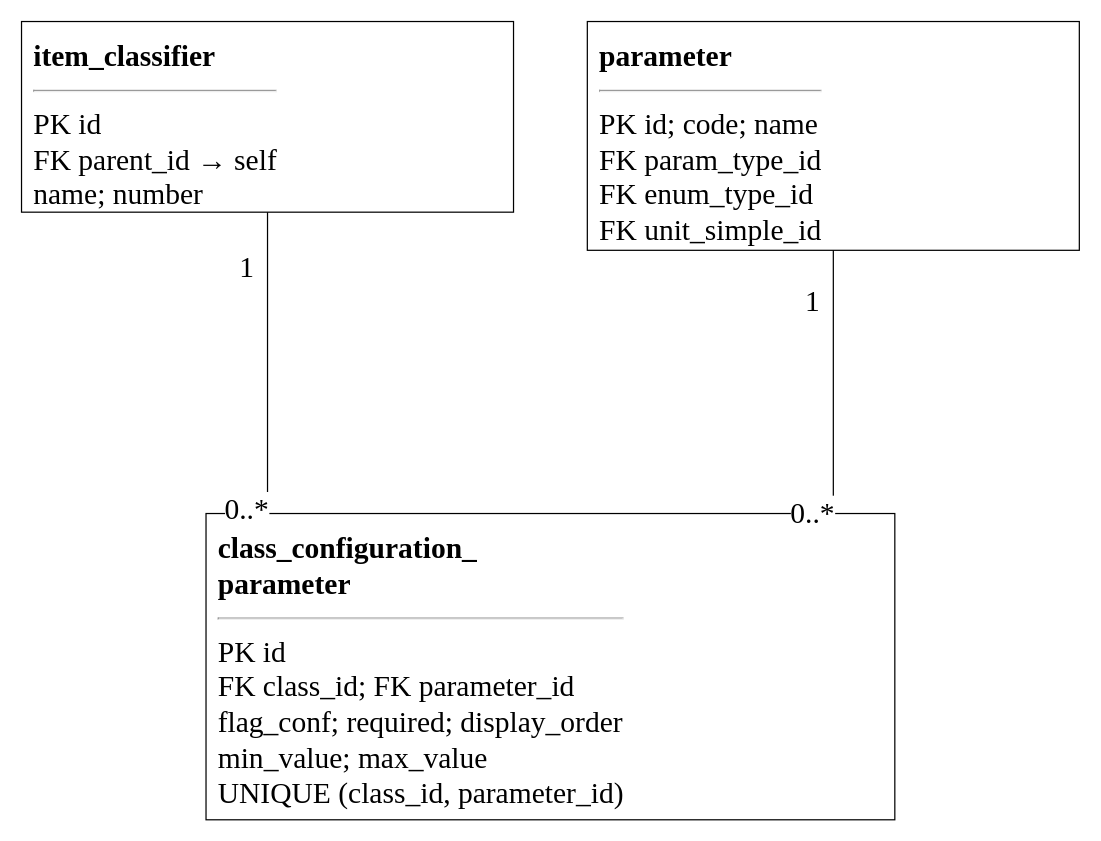
10xtheo/mispris-sem7 keeps this draw.io diagram as utils/lab7/diagrams/05_erd_parameters.drawio. Above is the earlier version. Source tidied: cells renumbered, new cells numbered last; positions are measured from the earlier drawing's top-left corner, leaving out a move shared by most shapes. Both pictures are drawn from the tidied source at 123%, with x=0, y=0 at pixel (21, 21).
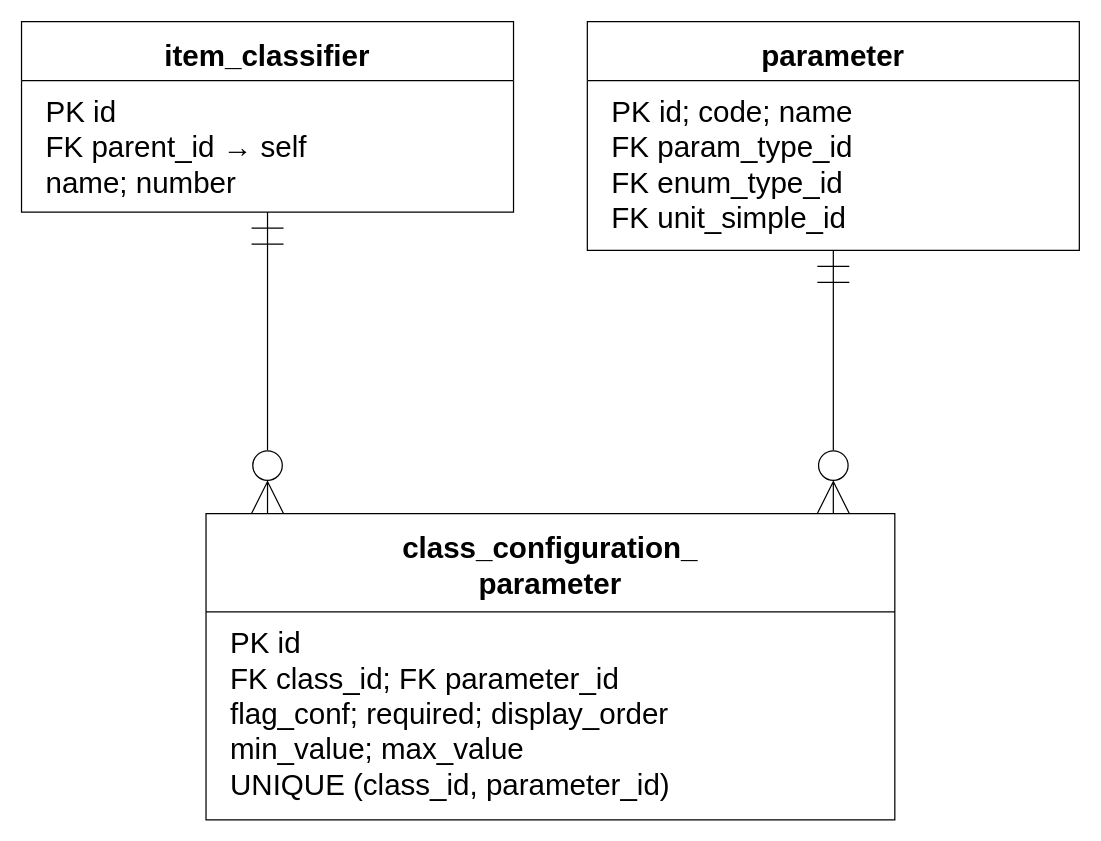
After the change.

Change to the diagram source:
```diff
@@
 <mxGraphModel>
   <root>
     <mxCell id="0" />
     <mxCell id="1" parent="0" />
-    <mxCell id="2" value="&lt;b&gt;item_classifier&lt;/b&gt;&lt;hr&gt;PK id&lt;br&gt;FK parent_id → self&lt;br&gt;name; number" style="rounded=0;whiteSpace=wrap;html=1;align=left;verticalAlign=top;fontFamily=Times New Roman;fontSize=24;spacing=10;fillColor=#ffffff;strokeColor=#000000;" parent="1" vertex="1">
+    <mxCell id="2" value="item_classifier" style="rounded=0;whiteSpace=wrap;html=1;align=center;verticalAlign=top;fontFamily=Arial;fontSize=24;spacing=10;fillColor=#ffffff;strokeColor=#000000;shape=swimlane;startSize=48;fontStyle=1;swimlaneFillColor=#ffffff;" parent="1" vertex="1">
       <mxGeometry width="400" height="155" as="geometry" />
     </mxCell>
+    <mxCell id="11" value="PK id&lt;br&gt;FK parent_id → self&lt;br&gt;name; number" style="text;html=1;align=left;verticalAlign=top;fontFamily=Arial;fontSize=24;spacingLeft=18;spacingTop=5;fillColor=none;strokeColor=none;" parent="2" vertex="1">
+      <mxGeometry y="48" width="400" height="107" as="geometry" />
+    </mxCell>
-    <mxCell id="3" value="&lt;b&gt;parameter&lt;/b&gt;&lt;hr&gt;PK id; code; name&lt;br&gt;FK param_type_id&lt;br&gt;FK enum_type_id&lt;br&gt;FK unit_simple_id" style="rounded=0;whiteSpace=wrap;html=1;align=left;verticalAlign=top;fontFamily=Times New Roman;fontSize=24;spacing=10;fillColor=#ffffff;strokeColor=#000000;" parent="1" vertex="1">
+    <mxCell id="3" value="parameter" style="rounded=0;whiteSpace=wrap;html=1;align=center;verticalAlign=top;fontFamily=Arial;fontSize=24;spacing=10;fillColor=#ffffff;strokeColor=#000000;shape=swimlane;startSize=48;fontStyle=1;swimlaneFillColor=#ffffff;" parent="1" vertex="1">
       <mxGeometry x="460" width="400" height="186" as="geometry" />
     </mxCell>
+    <mxCell id="12" value="PK id; code; name&lt;br&gt;FK param_type_id&lt;br&gt;FK enum_type_id&lt;br&gt;FK unit_simple_id" style="text;html=1;align=left;verticalAlign=top;fontFamily=Arial;fontSize=24;spacingLeft=18;spacingTop=5;fillColor=none;strokeColor=none;" parent="3" vertex="1">
+      <mxGeometry y="48" width="400" height="138" as="geometry" />
+    </mxCell>
-    <mxCell id="4" value="&lt;b&gt;class_configuration_&lt;br&gt;parameter&lt;/b&gt;&lt;hr&gt;PK id&lt;br&gt;FK class_id; FK parameter_id&lt;br&gt;flag_conf; required; display_order&lt;br&gt;min_value; max_value&lt;br&gt;UNIQUE (class_id, parameter_id)" style="rounded=0;whiteSpace=wrap;html=1;align=left;verticalAlign=top;fontFamily=Times New Roman;fontSize=24;spacing=10;fillColor=#ffffff;strokeColor=#000000;" parent="1" vertex="1">
+    <mxCell id="4" value="class_configuration_&lt;br&gt;parameter" style="rounded=0;whiteSpace=wrap;html=1;align=center;verticalAlign=top;fontFamily=Arial;fontSize=24;spacing=10;fillColor=#ffffff;strokeColor=#000000;shape=swimlane;startSize=80;fontStyle=1;swimlaneFillColor=#ffffff;" parent="1" vertex="1">
       <mxGeometry x="150" y="400" width="560" height="249" as="geometry" />
     </mxCell>
+    <mxCell id="13" value="PK id&lt;br&gt;FK class_id; FK parameter_id&lt;br&gt;flag_conf; required; display_order&lt;br&gt;min_value; max_value&lt;br&gt;UNIQUE (class_id, parameter_id)" style="text;html=1;align=left;verticalAlign=top;fontFamily=Arial;fontSize=24;spacingLeft=18;spacingTop=5;fillColor=none;strokeColor=none;" parent="4" vertex="1">
+      <mxGeometry y="80" width="560" height="169" as="geometry" />
+    </mxCell>
-    <mxCell id="5" style="edgeStyle=orthogonalEdgeStyle;rounded=0;html=1;endArrow=open;fontFamily=Times New Roman;fontSize=24;labelBackgroundColor=#ffffff;exitX=0.5;exitY=1.0;entryX=0.08928571428571429;entryY=0.0;endArrow=none;startArrow=none;" parent="1" edge="1" source="2" target="4">
+    <mxCell id="5" style="edgeStyle=orthogonalEdgeStyle;rounded=0;html=1;endArrow=open;fontFamily=Arial;fontSize=24;labelBackgroundColor=#ffffff;exitX=0.5;exitY=1.0;entryX=0.08928571428571429;entryY=0.0;endArrow=none;startArrow=none;startArrow=ERmandOne;endArrow=ERzeroToMany;startFill=0;endFill=0;startSize=24;endSize=24;" parent="1" edge="1" source="2" target="4">
       <mxGeometry relative="1" as="geometry" />
     </mxCell>
-    <mxCell id="6" value="1" style="edgeLabel;html=1;align=center;fontFamily=Times New Roman;fontSize=24;" parent="5" vertex="1">
-      <mxGeometry x="-0.8" y="-18" relative="1" as="geometry" />
-    </mxCell>
-    <mxCell id="7" value="0..*" style="edgeLabel;html=1;align=center;fontFamily=Times New Roman;fontSize=24;" parent="5" vertex="1">
-      <mxGeometry x="0.8" y="-18" relative="1" as="geometry" />
-    </mxCell>
-    <mxCell id="8" style="edgeStyle=orthogonalEdgeStyle;rounded=0;html=1;endArrow=open;fontFamily=Times New Roman;fontSize=24;labelBackgroundColor=#ffffff;exitX=0.5;exitY=1.0;entryX=0.9107142857142857;entryY=0.0;endArrow=none;startArrow=none;" parent="1" edge="1" source="3" target="4">
+    <mxCell id="8" style="edgeStyle=orthogonalEdgeStyle;rounded=0;html=1;endArrow=open;fontFamily=Arial;fontSize=24;labelBackgroundColor=#ffffff;exitX=0.5;exitY=1.0;entryX=0.9107142857142857;entryY=0.0;endArrow=none;startArrow=none;startArrow=ERmandOne;endArrow=ERzeroToMany;startFill=0;endFill=0;startSize=24;endSize=24;" parent="1" edge="1" source="3" target="4">
       <mxGeometry relative="1" as="geometry" />
     </mxCell>
-    <mxCell id="9" value="1" style="edgeLabel;html=1;align=center;fontFamily=Times New Roman;fontSize=24;" parent="8" vertex="1">
-      <mxGeometry x="-0.8" y="-18" relative="1" as="geometry" />
-    </mxCell>
-    <mxCell id="10" value="0..*" style="edgeLabel;html=1;align=center;fontFamily=Times New Roman;fontSize=24;" parent="8" vertex="1">
-      <mxGeometry x="0.8" y="-18" relative="1" as="geometry" />
-    </mxCell>
   </root>
 </mxGraphModel>
```
